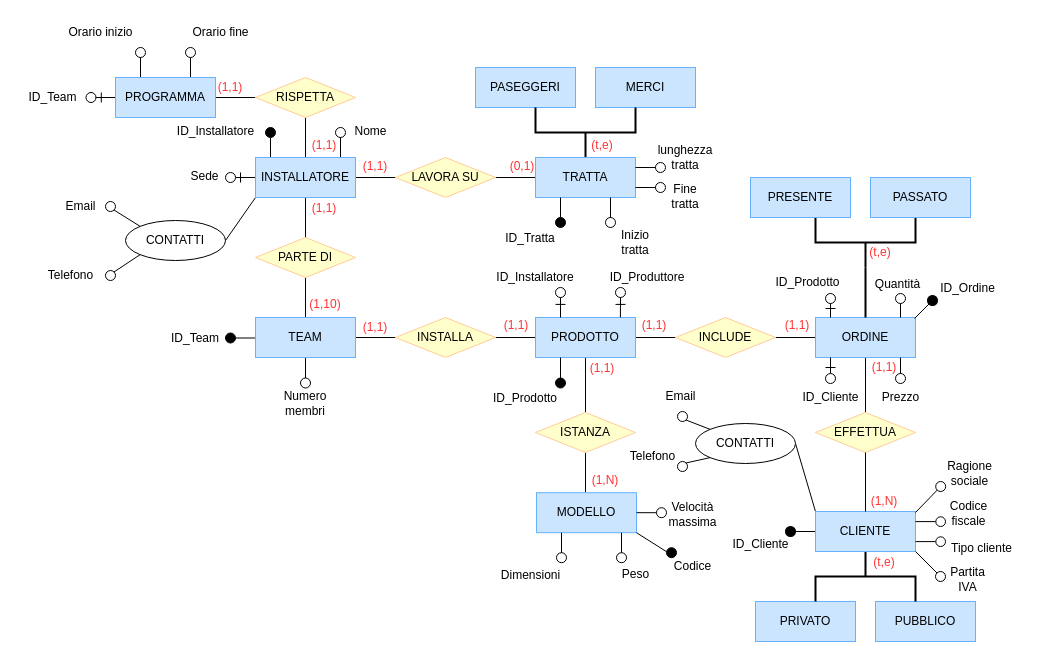
Before: Secondo Anno/Secondo_Semestre/Basi_dati/Diagrammi_GreenRail/rivisto_installatore.drawio in bilottiale/uni, a draw.io diagram. Source tidied: cells renumbered, new cells numbered last; positions are measured from the earlier drawing's top-left corner, leaving out a move shared by most shapes. Both pictures are drawn from the tidied source at 100%, with x=0, y=0 at pixel (17, 17).
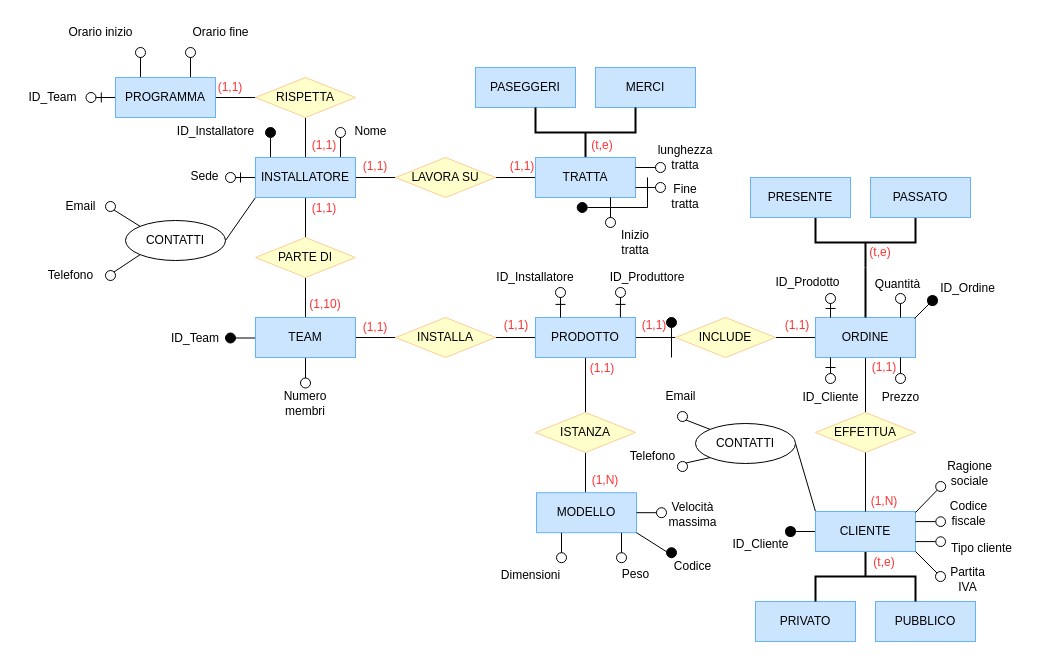
After the change.

The change refers to these unchanged cells:
```xml
<mxCell id="30" value="PRODOTTO" style="rounded=0;whiteSpace=wrap;html=1;fillColor=#CCE5FF;strokeColor=#66B2FF;" parent="1" vertex="1">
  <mxGeometry x="518" y="300" width="100" height="40" as="geometry" />
</mxCell>
```

Diff of the diagram source:
```diff
@@
-    <mxCell id="17" value="(0,1)" style="text;html=1;align=center;verticalAlign=middle;whiteSpace=wrap;rounded=0;fontColor=#FF3333;" parent="1" vertex="1">
+    <mxCell id="17" value="(1,1)" style="text;html=1;align=center;verticalAlign=middle;whiteSpace=wrap;rounded=0;fontColor=#FF3333;" parent="1" vertex="1">
       <mxGeometry x="475.4" y="134" width="60" height="30" as="geometry" />
     </mxCell>
@@
-    <mxCell id="37" value="ID_Tratta" style="text;html=1;align=center;verticalAlign=middle;whiteSpace=wrap;rounded=0;" parent="1" vertex="1">
-      <mxGeometry x="483" y="211" width="60" height="20" as="geometry" />
-    </mxCell>
@@
     <mxCell id="47" style="ellipse;whiteSpace=wrap;html=1;fillColor=light-dark(#000000,#FFFFFF);strokeColor=default;rotation=-180;" parent="1" vertex="1">
-      <mxGeometry x="538" y="200" width="10" height="10" as="geometry" />
+      <mxGeometry x="559.7" y="185" width="10" height="10" as="geometry" />
     </mxCell>
-    <mxCell id="48" style="endArrow=none;html=1;rounded=0;entryX=0.5;entryY=1;entryDx=0;entryDy=0;" parent="1" edge="1" target="47">
+    <mxCell id="48" style="endArrow=none;html=1;rounded=0;" parent="1" edge="1">
       <mxGeometry relative="1" as="geometry">
-        <mxPoint x="543" y="180" as="sourcePoint" />
+        <mxPoint x="630" y="160" as="sourcePoint" />
+        <mxPoint x="570" y="190" as="targetPoint" />
+        <Array as="points">
+          <mxPoint x="630" y="190" />
+        </Array>
       </mxGeometry>
     </mxCell>
@@
-    <mxCell id="174" style="ellipse;whiteSpace=wrap;html=1;fillColor=light-dark(#000000,#FFFFFF);strokeColor=default;rotation=-180;" parent="1" vertex="1">
-      <mxGeometry x="538" y="360.5" width="10" height="10" as="geometry" />
-    </mxCell>
-    <mxCell id="175" style="endArrow=none;html=1;rounded=0;fontFamily=Helvetica;fontSize=12;fontColor=default;exitX=0.5;exitY=1;exitDx=0;exitDy=0;entryX=0.25;entryY=1;entryDx=0;entryDy=0;" parent="1" edge="1" source="174" target="30">
-      <mxGeometry relative="1" as="geometry" />
-    </mxCell>
@@
-    <mxCell id="181" value="ID_Prodotto" style="text;html=1;align=center;verticalAlign=middle;whiteSpace=wrap;rounded=0;" parent="1" vertex="1">
-      <mxGeometry x="478" y="370.5" width="60" height="20" as="geometry" />
-    </mxCell>
+    <mxCell id="182" style="endArrow=none;html=1;rounded=0;" parent="1" edge="1">
+      <mxGeometry relative="1" as="geometry">
+        <mxPoint x="654" y="340" as="sourcePoint" />
+        <mxPoint x="654" y="310" as="targetPoint" />
+      </mxGeometry>
+    </mxCell>
+    <mxCell id="183" style="ellipse;whiteSpace=wrap;html=1;fillColor=#000000;strokeColor=default;rotation=-180;" parent="1" vertex="1">
+      <mxGeometry x="649" y="300" width="10" height="10" as="geometry" />
+    </mxCell>
```
